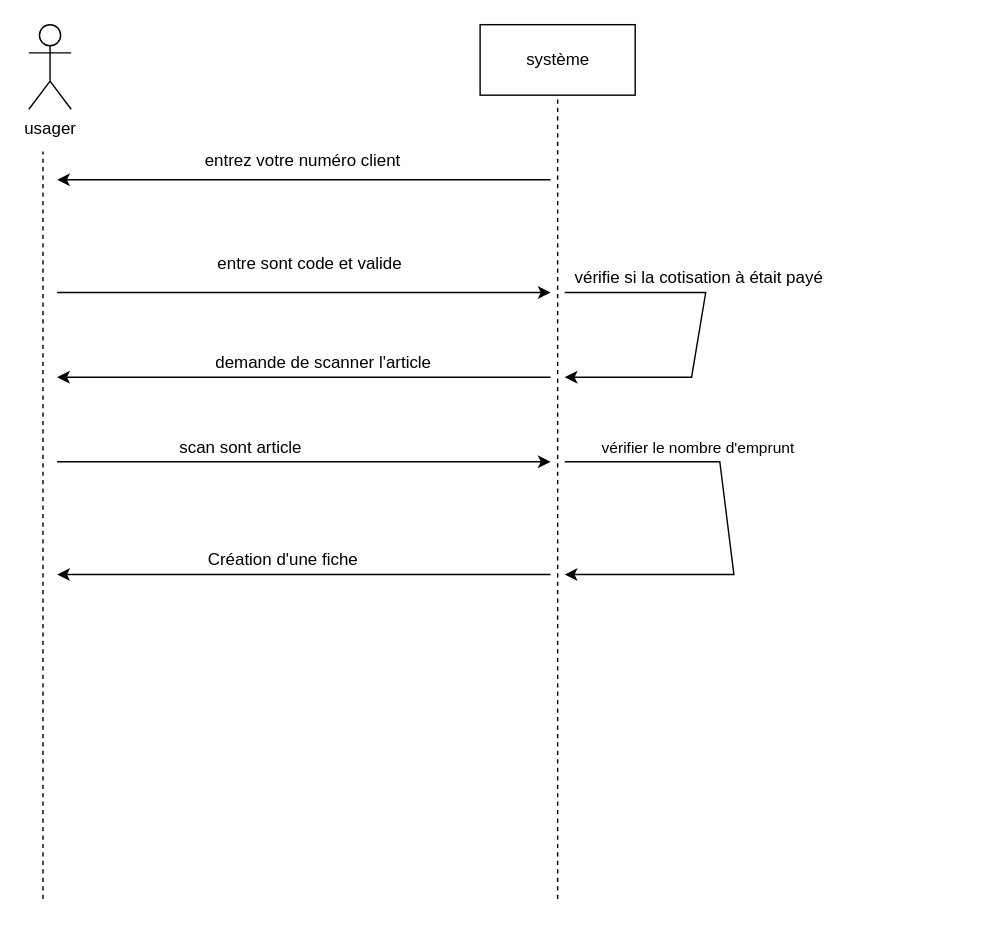
Before: maquetter_une_application/UML_Partie_1/phase_2/Diagram_séquene_systeme.drawio in Rustam0-0/cda, a draw.io diagram. Source tidied: cells renumbered, new cells numbered last; positions are measured from the earlier drawing's top-left corner, leaving out a move shared by most shapes. Both pictures are drawn from the tidied source at 141%, with x=0, y=0 at pixel (28, 24).
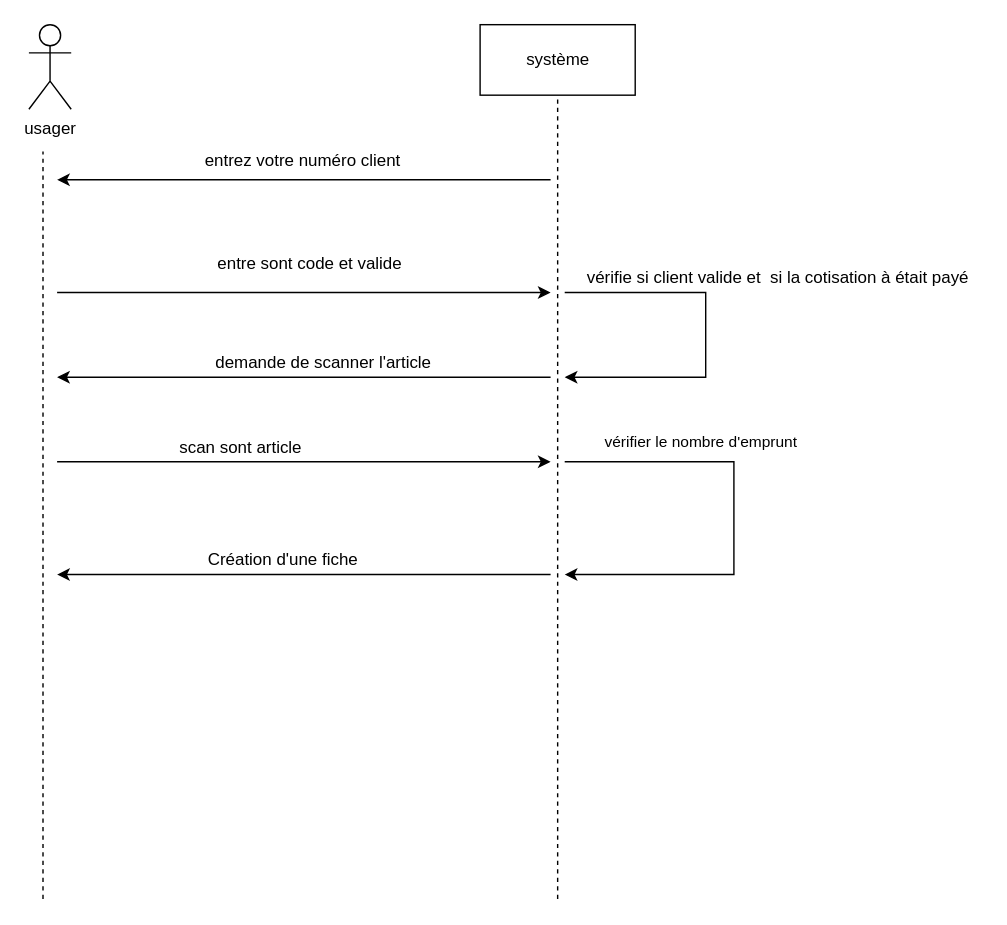
The same page after the edit.

Commit message:
mise à jour exo

Diff of the diagram source:
```diff
@@
     <mxCell id="14" style="endArrow=classic;html=1;rounded=0;" parent="1" edge="1">
       <mxGeometry relative="1" as="geometry">
         <mxPoint x="380" y="310" as="sourcePoint" />
         <mxPoint x="380" y="390" as="targetPoint" />
         <Array as="points">
-          <mxPoint x="490" y="310" />
+          <mxPoint x="500" y="310" />
           <mxPoint x="500" y="390" />
         </Array>
       </mxGeometry>
     </mxCell>
@@
     <mxCell id="16" style="endArrow=classic;html=1;rounded=0;" parent="1" edge="1">
       <mxGeometry relative="1" as="geometry">
         <mxPoint x="380" y="190" as="sourcePoint" />
         <mxPoint x="380" y="250" as="targetPoint" />
         <Array as="points">
           <mxPoint x="480" y="190" />
-          <mxPoint x="470" y="250" />
+          <mxPoint x="480" y="250" />
         </Array>
       </mxGeometry>
     </mxCell>
-    <mxCell id="17" value="vérifie si la cotisation à était payé" style="text;html=1;align=center;verticalAlign=middle;strokeColor=none;fillColor=none;" parent="1" vertex="1">
-      <mxGeometry x="380" y="170" width="190" height="20" as="geometry" />
+    <mxCell id="17" value="vérifie si client valide et&amp;nbsp; si la cotisation à était payé" style="text;html=1;align=center;verticalAlign=middle;strokeColor=none;fillColor=none;" parent="1" vertex="1">
+      <mxGeometry x="386" y="170" width="290" height="20" as="geometry" />
     </mxCell>
```
